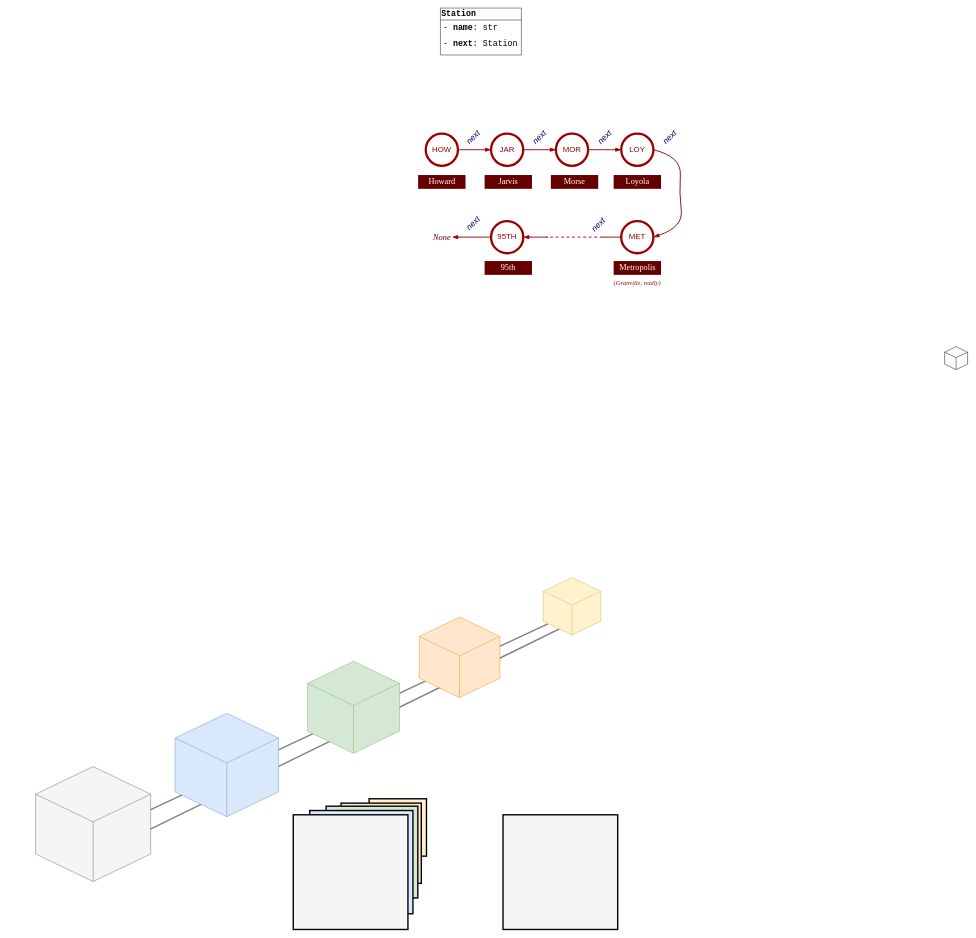
lgreco/images keeps this draw.io diagram as data_structures/red_line_sb.drawio. Above is the earlier version. Source tidied: cells renumbered, new cells numbered last; positions are measured from the earlier drawing's top-left corner, leaving out a move shared by most shapes. Both pictures are drawn from the tidied source at 46%, with x=0, y=0 at pixel (35, 8).
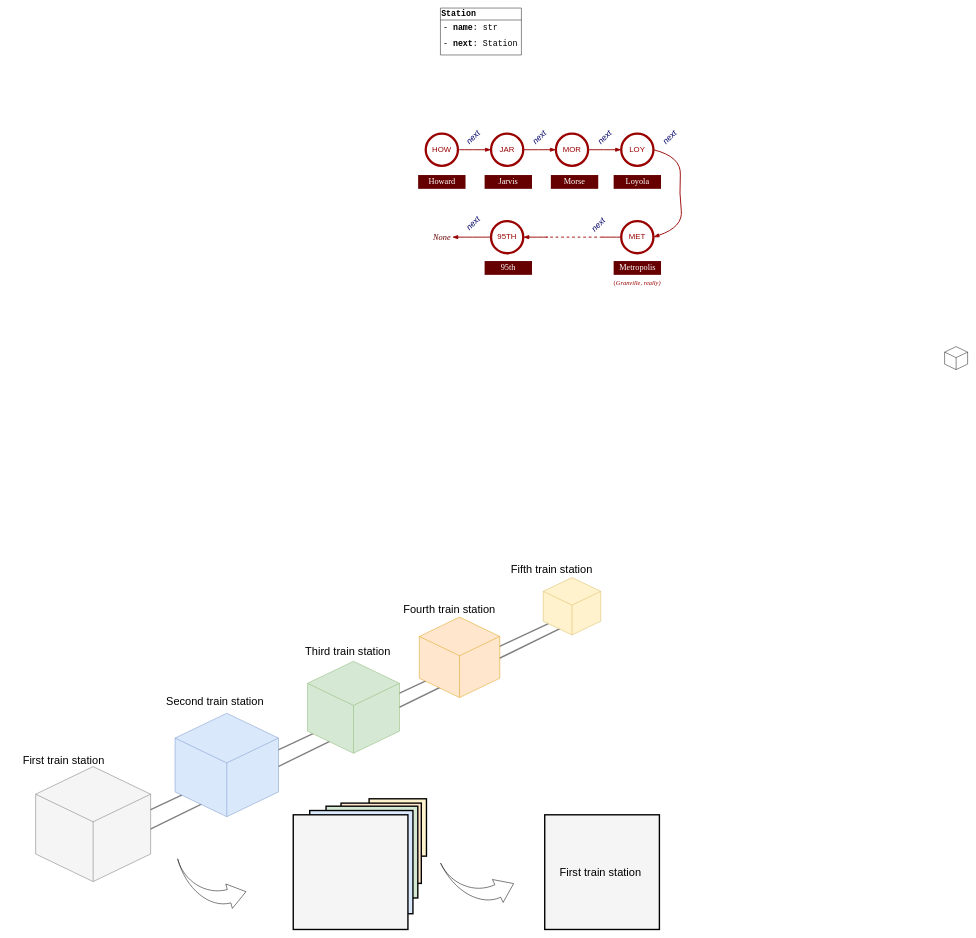
After the change.

Diff of the diagram source:
```diff
@@
     <mxCell id="47" style="whiteSpace=wrap;html=1;fillColor=#f5f5f5;fontColor=#333333;strokeColor=#000000;strokeWidth=3;" parent="1" vertex="1">
-      <mxGeometry x="1016" y="1753.8" width="249.3" height="249.3" as="geometry" />
+      <mxGeometry x="1106.7" y="1753.8" width="249.3" height="249.3" as="geometry" />
     </mxCell>
+    <mxCell id="48" value="First train station" style="text;html=1;whiteSpace=wrap;strokeColor=none;fillColor=none;align=center;verticalAlign=middle;rounded=0;fontSize=24;" parent="1" vertex="1">
+      <mxGeometry x="-60" y="1621" width="242" height="30" as="geometry" />
+    </mxCell>
+    <mxCell id="49" value="Second train station" style="text;html=1;whiteSpace=wrap;strokeColor=none;fillColor=none;align=center;verticalAlign=middle;rounded=0;fontSize=24;" parent="1" vertex="1">
+      <mxGeometry x="281" y="1493" width="218" height="30" as="geometry" />
+    </mxCell>
+    <mxCell id="50" value="Third train station" style="text;html=1;whiteSpace=wrap;strokeColor=none;fillColor=none;align=center;verticalAlign=middle;rounded=0;fontSize=24;" parent="1" vertex="1">
+      <mxGeometry x="569" y="1383" width="220" height="30" as="geometry" />
+    </mxCell>
+    <mxCell id="51" value="Fourth train station" style="text;html=1;whiteSpace=wrap;strokeColor=none;fillColor=none;align=center;verticalAlign=middle;rounded=0;fontSize=24;" parent="1" vertex="1">
+      <mxGeometry x="787" y="1293" width="225" height="30" as="geometry" />
+    </mxCell>
+    <mxCell id="52" value="Fifth train station" style="text;html=1;whiteSpace=wrap;strokeColor=none;fillColor=none;align=center;verticalAlign=middle;rounded=0;fontSize=24;" parent="1" vertex="1">
+      <mxGeometry x="993" y="1205" width="258" height="30" as="geometry" />
+    </mxCell>
+    <mxCell id="53" value="First train station" style="text;html=1;whiteSpace=wrap;strokeColor=none;fillColor=none;align=center;verticalAlign=middle;rounded=0;fontSize=24;" parent="1" vertex="1">
+      <mxGeometry x="1108" y="1865.4" width="239.7" height="30" as="geometry" />
+    </mxCell>
+    <mxCell id="54" style="html=1;shadow=0;dashed=0;align=center;verticalAlign=middle;shape=mxgraph.arrows2.jumpInArrow;dy=15;dx=38;arrowHead=55;flipV=1;legacyAnchorPoints=0;rotation=-15;" parent="1" vertex="1">
+      <mxGeometry x="324" y="1831" width="125" height="135" as="geometry" />
+    </mxCell>
+    <mxCell id="55" style="html=1;shadow=0;dashed=0;align=center;verticalAlign=middle;shape=mxgraph.arrows2.jumpInArrow;dy=15;dx=38;arrowHead=55;flipV=1;legacyAnchorPoints=0;rotation=-25;" parent="1" vertex="1">
+      <mxGeometry x="903" y="1826" width="125" height="135" as="geometry" />
+    </mxCell>
```
